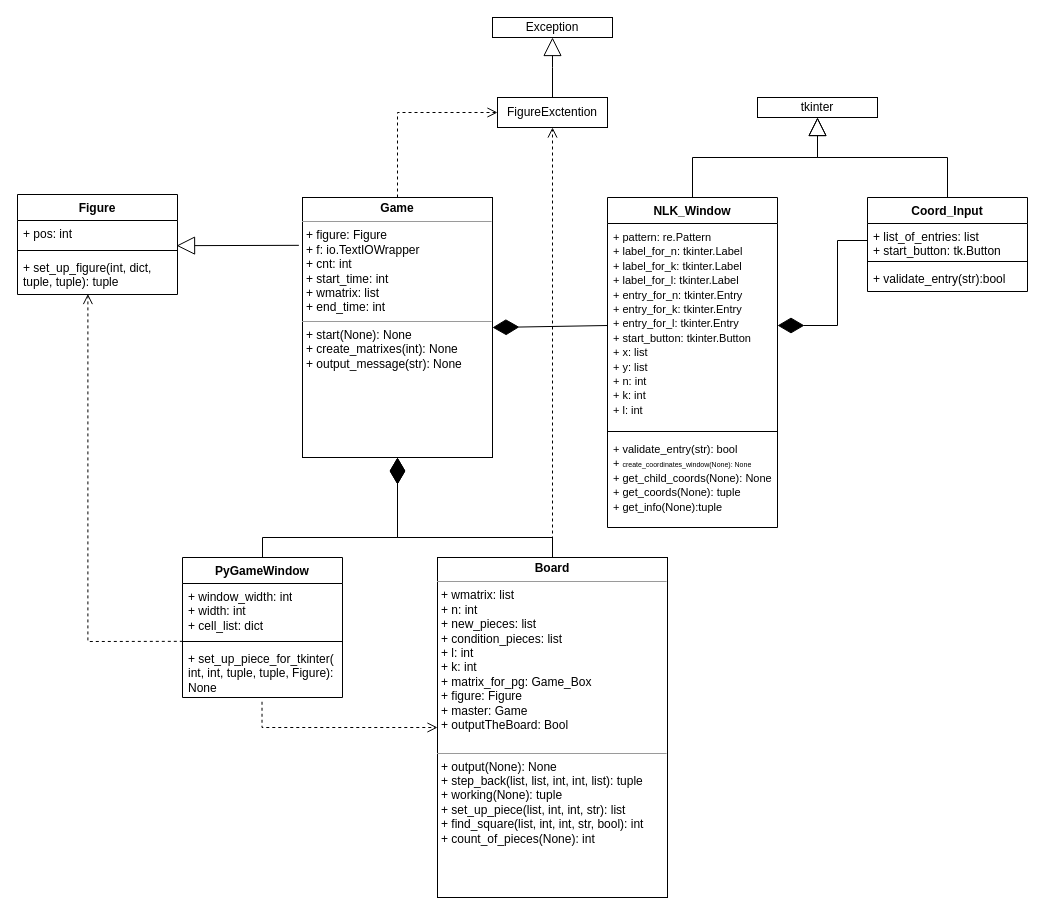
Above: Second Semester/final_project/UML.drawio in Doxyvan/EugeneHomework (draw.io), before the change. Source tidied: cells renumbered, new cells numbered last; positions are measured from the earlier drawing's top-left corner, leaving out a move shared by most shapes. Both pictures are drawn from the tidied source at 100%, with x=0, y=0 at pixel (17, 17).
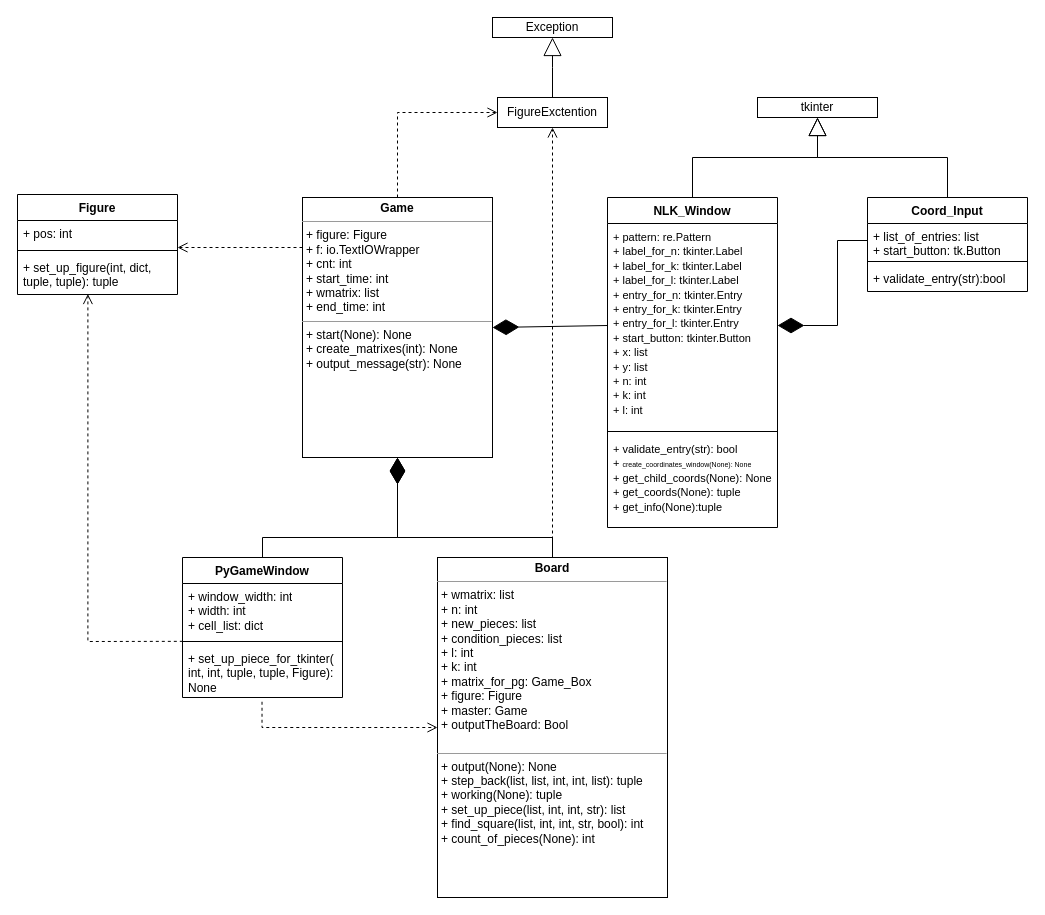
Above is the later version.

Unchanged cells that the change refers to:
```xml
<mxCell id="2" value="&lt;p style=&quot;margin:0px;margin-top:4px;text-align:center;&quot;&gt;&lt;b&gt;Game&lt;/b&gt;&lt;/p&gt;&lt;hr size=&quot;1&quot;&gt;&lt;p style=&quot;margin:0px;margin-left:4px;&quot;&gt;+ figure: Figure&lt;/p&gt;&lt;p style=&quot;margin:0px;margin-left:4px;&quot;&gt;+ f: io.TextIOWrapper&lt;/p&gt;&lt;p style=&quot;margin:0px;margin-left:4px;&quot;&gt;+ cnt: int&lt;/p&gt;&lt;p style=&quot;margin:0px;margin-left:4px;&quot;&gt;+ start_time: int&lt;/p&gt;&lt;p style=&quot;margin:0px;margin-left:4px;&quot;&gt;+ wmatrix: list&lt;/p&gt;&lt;p style=&quot;margin:0px;margin-left:4px;&quot;&gt;+ end_time: int&lt;/p&gt;&lt;hr size=&quot;1&quot;&gt;&lt;p style=&quot;margin:0px;margin-left:4px;&quot;&gt;+ start(None): None&lt;/p&gt;&lt;p style=&quot;margin:0px;margin-left:4px;&quot;&gt;+ create_matrixes(int): None&lt;/p&gt;&lt;p style=&quot;margin:0px;margin-left:4px;&quot;&gt;+ output_message(str): None&lt;/p&gt;&lt;p style=&quot;margin:0px;margin-left:4px;&quot;&gt;&lt;br&gt;&lt;/p&gt;" style="verticalAlign=top;align=left;overflow=fill;fontSize=12;fontFamily=Helvetica;html=1;whiteSpace=wrap;" parent="1" vertex="1">
  <mxGeometry x="285" y="180" width="190" height="260" as="geometry" />
</mxCell>
<mxCell id="18" value="+ pos: int" style="text;strokeColor=none;fillColor=none;align=left;verticalAlign=top;spacingLeft=4;spacingRight=4;overflow=hidden;points=[[0,0.5],[1,0.5]];portConstraint=eastwest;whiteSpace=wrap;html=1;" parent="17" vertex="1">
  <mxGeometry y="26" width="160" height="26" as="geometry" />
</mxCell>
```

What changed in the source:
```diff
@@
-    <mxCell id="30" style="endArrow=block;endSize=16;endFill=0;html=1;rounded=0;entryX=0.994;entryY=0.968;entryDx=0;entryDy=0;entryPerimeter=0;exitX=-0.019;exitY=0.184;exitDx=0;exitDy=0;exitPerimeter=0;" parent="1" edge="1" source="2" target="18">
-      <mxGeometry x="-0.05" y="12" relative="1" as="geometry" />
-    </mxCell>
@@
+    <mxCell id="35" style="html=1;verticalAlign=bottom;endArrow=open;dashed=1;endSize=8;edgeStyle=elbowEdgeStyle;elbow=vertical;curved=0;rounded=0;" parent="1" edge="1">
+      <mxGeometry relative="1" as="geometry">
+        <mxPoint x="285" y="230" as="sourcePoint" />
+        <mxPoint x="160" y="230" as="targetPoint" />
+      </mxGeometry>
+    </mxCell>
```
